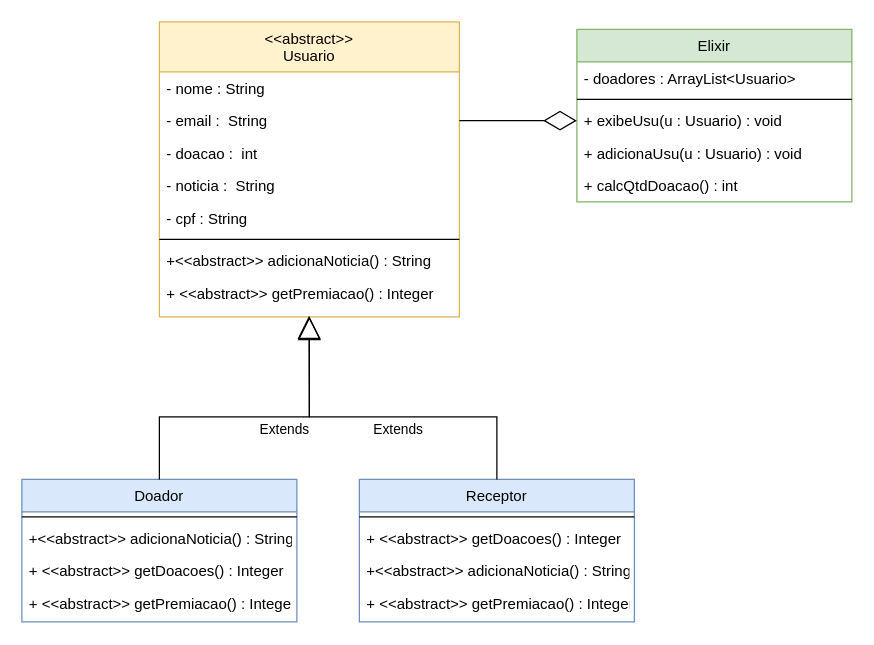
Above: elixir.drawio in NetoOSantos/UML (draw.io), before the change. Source tidied: cells renumbered, new cells numbered last; positions are measured from the earlier drawing's top-left corner, leaving out a move shared by most shapes. Both pictures are drawn from the tidied source at 125%, with x=0, y=0 at pixel (21, 21).
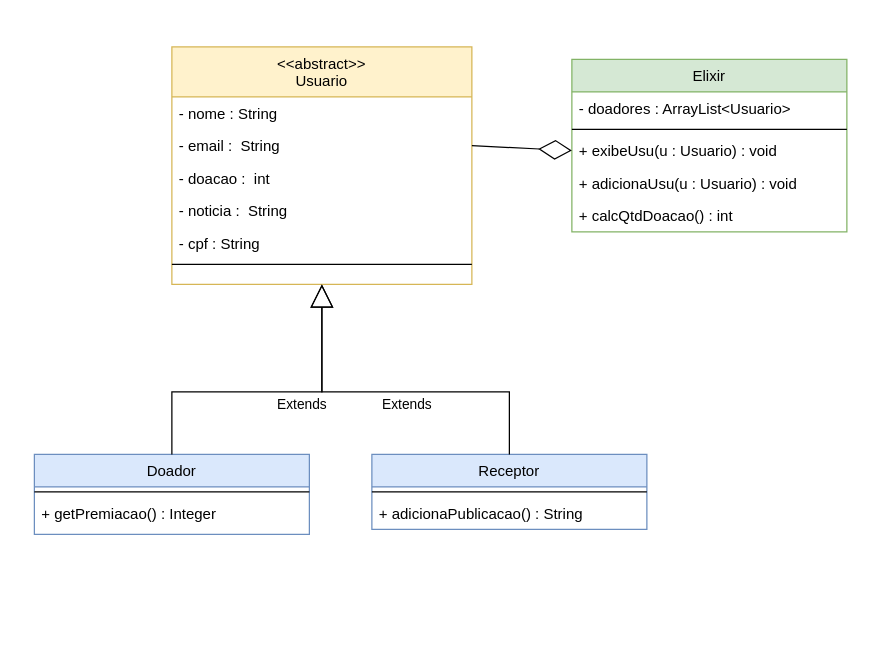
The same diagram, later.

Change to the diagram source:
```diff
@@
     <mxCell id="2" value="Doador" style="swimlane;fontStyle=0;align=center;verticalAlign=top;horizontal=1;startSize=26;rounded=0;shadow=0;strokeWidth=1;fillColor=#dae8fc;strokeColor=#6c8ebf;" parent="1" vertex="1">
-      <mxGeometry y="366" width="220" height="114" as="geometry" />
+      <mxGeometry x="10" y="346" width="220" height="64" as="geometry" />
     </mxCell>
@@
-    <mxCell id="4" value="+&lt;&lt;abstract&gt;&gt; adicionaNoticia() : String" style="text;align=left;verticalAlign=top;spacingLeft=4;spacingRight=4;overflow=hidden;" parent="2" vertex="1">
-      <mxGeometry y="34" width="220" height="26" as="geometry" />
-    </mxCell>
-    <mxCell id="5" value="+ &lt;&lt;abstract&gt;&gt; getDoacoes() : Integer" style="text;align=left;verticalAlign=top;spacingLeft=4;spacingRight=4;overflow=hidden;" parent="2" vertex="1">
-      <mxGeometry y="60" width="220" height="26" as="geometry" />
-    </mxCell>
-    <mxCell id="6" value="+ &lt;&lt;abstract&gt;&gt; getPremiacao() : Integer" style="text;align=left;verticalAlign=top;spacingLeft=4;spacingRight=4;overflow=hidden;" parent="2" vertex="1">
-      <mxGeometry y="86" width="220" height="26" as="geometry" />
+    <mxCell id="6" value="+ getPremiacao() : Integer" style="text;align=left;verticalAlign=top;spacingLeft=4;spacingRight=4;overflow=hidden;" parent="2" vertex="1">
+      <mxGeometry y="34" width="220" height="26" as="geometry" />
     </mxCell>
     <mxCell id="7" value="Elixir" style="swimlane;fontStyle=0;align=center;verticalAlign=top;horizontal=1;startSize=26;rounded=0;shadow=0;strokeWidth=1;fillColor=#d5e8d4;strokeColor=#82b366;" parent="1" vertex="1">
-      <mxGeometry x="444" y="6" width="220" height="138" as="geometry" />
+      <mxGeometry x="440" y="30" width="220" height="138" as="geometry" />
     </mxCell>
@@
     <mxCell id="13" value="&lt;&lt;abstract&gt;&gt;&#10;Usuario" style="swimlane;fontStyle=0;align=center;verticalAlign=top;horizontal=1;startSize=40;rounded=0;shadow=0;strokeWidth=1;fillColor=#fff2cc;strokeColor=#d6b656;" parent="1" vertex="1">
-      <mxGeometry x="110" width="240" height="236" as="geometry" />
+      <mxGeometry x="120" y="20" width="240" height="190" as="geometry" />
     </mxCell>
@@
-    <mxCell id="20" value="+&lt;&lt;abstract&gt;&gt; adicionaNoticia() : String" style="text;align=left;verticalAlign=top;spacingLeft=4;spacingRight=4;overflow=hidden;" parent="13" vertex="1">
-      <mxGeometry y="178" width="240" height="26" as="geometry" />
-    </mxCell>
-    <mxCell id="21" value="+ &lt;&lt;abstract&gt;&gt; getPremiacao() : Integer" style="text;align=left;verticalAlign=top;spacingLeft=4;spacingRight=4;overflow=hidden;points=[[0,0.5],[1,0.5]];portConstraint=eastwest;" parent="13" vertex="1">
-      <mxGeometry y="204" width="240" height="26" as="geometry" />
-    </mxCell>
@@
     <mxCell id="23" value="Extends" style="endArrow=block;endSize=16;endFill=0;html=1;rounded=0;exitX=0.5;exitY=0;exitDx=0;exitDy=0;entryX=0.5;entryY=1;entryDx=0;entryDy=0;" parent="1" edge="1" source="2" target="13">
       <mxGeometry x="0.2" y="-10" relative="1" as="geometry">
         <Array as="points">
-          <mxPoint x="110" y="316" />
-          <mxPoint x="220" y="316" />
-          <mxPoint x="230" y="316" />
+          <mxPoint x="120" y="296" />
+          <mxPoint x="230" y="296" />
+          <mxPoint x="240" y="296" />
         </Array>
       </mxGeometry>
     </mxCell>
     <mxCell id="24" value="Receptor" style="swimlane;fontStyle=0;align=center;verticalAlign=top;horizontal=1;startSize=26;rounded=0;shadow=0;strokeWidth=1;fillColor=#dae8fc;strokeColor=#6c8ebf;" parent="1" vertex="1">
-      <mxGeometry x="270" y="366" width="220" height="114" as="geometry" />
+      <mxGeometry x="280" y="346" width="220" height="60" as="geometry" />
     </mxCell>
@@
-    <mxCell id="26" value="+ &lt;&lt;abstract&gt;&gt; getDoacoes() : Integer" style="text;align=left;verticalAlign=top;spacingLeft=4;spacingRight=4;overflow=hidden;" parent="24" vertex="1">
-      <mxGeometry y="34" width="220" height="26" as="geometry" />
-    </mxCell>
-    <mxCell id="27" value="+&lt;&lt;abstract&gt;&gt; adicionaNoticia() : String" style="text;align=left;verticalAlign=top;spacingLeft=4;spacingRight=4;overflow=hidden;" parent="24" vertex="1">
-      <mxGeometry y="60" width="220" height="26" as="geometry" />
+    <mxCell id="27" value="+ adicionaPublicacao() : String" style="text;align=left;verticalAlign=top;spacingLeft=4;spacingRight=4;overflow=hidden;" parent="24" vertex="1">
+      <mxGeometry y="34" width="220" height="26" as="geometry" />
     </mxCell>
-    <mxCell id="28" value="+ &lt;&lt;abstract&gt;&gt; getPremiacao() : Integer" style="text;align=left;verticalAlign=top;spacingLeft=4;spacingRight=4;overflow=hidden;" parent="24" vertex="1">
-      <mxGeometry y="86" width="220" height="26" as="geometry" />
-    </mxCell>
-    <mxCell id="29" value="Extends" style="endArrow=block;endSize=16;endFill=0;html=1;rounded=0;exitX=0.5;exitY=0;exitDx=0;exitDy=0;entryX=0.499;entryY=1.197;entryDx=0;entryDy=0;entryPerimeter=0;" parent="1" edge="1" source="24" target="21">
+    <mxCell id="29" value="Extends" style="endArrow=block;endSize=16;endFill=0;html=1;rounded=0;exitX=0.5;exitY=0;exitDx=0;exitDy=0;" parent="1" edge="1" source="24">
       <mxGeometry x="-0.08" y="10" relative="1" as="geometry">
+        <mxPoint x="240" y="210" as="targetPoint" />
         <Array as="points">
-          <mxPoint x="380" y="316" />
-          <mxPoint x="230" y="316" />
+          <mxPoint x="390" y="296" />
+          <mxPoint x="240" y="296" />
         </Array>
       </mxGeometry>
     </mxCell>
```
